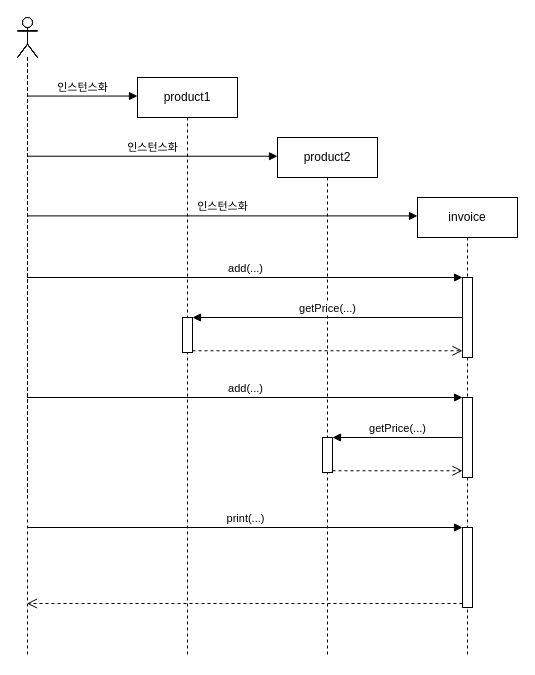
tabolt/web-default-package keeps this draw.io diagram as Untitled Diagram.drawio. Above is the earlier version. Source tidied: cells renumbered, new cells numbered last; positions are measured from the earlier drawing's top-left corner, leaving out a move shared by most shapes. Both pictures are drawn from the tidied source at 100%, with x=0, y=0 at pixel (17, 17).
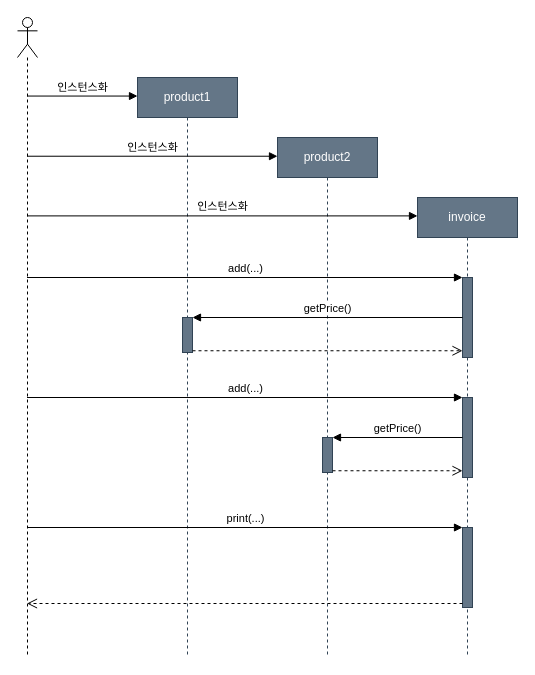
The same diagram, later.

Change to the diagram source:
```diff
@@
-    <mxCell id="2" value="product1" style="shape=umlLifeline;perimeter=lifelinePerimeter;whiteSpace=wrap;html=1;outlineConnect=0;" parent="1" vertex="1">
+    <mxCell id="2" value="product1" style="shape=umlLifeline;perimeter=lifelinePerimeter;whiteSpace=wrap;html=1;outlineConnect=0;fillColor=#647687;strokeColor=#314354;fontColor=#ffffff;" parent="1" vertex="1">
       <mxGeometry x="120" y="60" width="100" height="580" as="geometry" />
     </mxCell>
-    <mxCell id="3" style="shape=umlLifeline;participant=umlActor;perimeter=lifelinePerimeter;whiteSpace=wrap;html=1;verticalAlign=top;spacingTop=36;" parent="2" vertex="1">
-      <mxGeometry x="-120" y="-60" width="20" height="480" as="geometry" />
-    </mxCell>
-    <mxCell id="4" style="html=1;points=[];perimeter=orthogonalPerimeter;fillColor=#ffffff;" parent="2" vertex="1">
+    <mxCell id="4" style="html=1;points=[];perimeter=orthogonalPerimeter;fillColor=#647687;strokeColor=#314354;fontColor=#ffffff;" parent="2" vertex="1">
       <mxGeometry x="45" y="240" width="10" height="35" as="geometry" />
     </mxCell>
-    <mxCell id="5" value="invoice" style="shape=umlLifeline;perimeter=lifelinePerimeter;whiteSpace=wrap;html=1;outlineConnect=0;" parent="1" vertex="1">
+    <mxCell id="5" value="invoice" style="shape=umlLifeline;perimeter=lifelinePerimeter;whiteSpace=wrap;html=1;outlineConnect=0;fillColor=#647687;strokeColor=#314354;fontColor=#ffffff;" parent="1" vertex="1">
       <mxGeometry x="400" y="180" width="100" height="460" as="geometry" />
     </mxCell>
-    <mxCell id="6" style="shape=umlLifeline;participant=umlActor;perimeter=lifelinePerimeter;whiteSpace=wrap;html=1;verticalAlign=top;spacingTop=36;" parent="5" vertex="1">
-      <mxGeometry x="-400" y="-180" width="20" height="480" as="geometry" />
-    </mxCell>
-    <mxCell id="7" style="html=1;points=[];perimeter=orthogonalPerimeter;" parent="5" vertex="1">
+    <mxCell id="7" style="html=1;points=[];perimeter=orthogonalPerimeter;fillColor=#647687;strokeColor=#314354;fontColor=#ffffff;" parent="5" vertex="1">
       <mxGeometry x="45" y="80" width="10" height="80" as="geometry" />
     </mxCell>
-    <mxCell id="8" style="html=1;points=[];perimeter=orthogonalPerimeter;" parent="5" vertex="1">
+    <mxCell id="8" style="html=1;points=[];perimeter=orthogonalPerimeter;fillColor=#647687;strokeColor=#314354;fontColor=#ffffff;" parent="5" vertex="1">
       <mxGeometry x="45" y="200" width="10" height="80" as="geometry" />
     </mxCell>
-    <mxCell id="9" style="html=1;points=[];perimeter=orthogonalPerimeter;" parent="5" vertex="1">
+    <mxCell id="9" style="html=1;points=[];perimeter=orthogonalPerimeter;fillColor=#647687;strokeColor=#314354;fontColor=#ffffff;" parent="5" vertex="1">
       <mxGeometry x="45" y="330" width="10" height="80" as="geometry" />
     </mxCell>
-    <mxCell id="10" value="product2" style="shape=umlLifeline;perimeter=lifelinePerimeter;whiteSpace=wrap;html=1;outlineConnect=0;" parent="1" vertex="1">
+    <mxCell id="10" value="product2" style="shape=umlLifeline;perimeter=lifelinePerimeter;whiteSpace=wrap;html=1;outlineConnect=0;fillColor=#647687;strokeColor=#314354;fontColor=#ffffff;" parent="1" vertex="1">
       <mxGeometry x="260" y="120" width="100" height="520" as="geometry" />
     </mxCell>
-    <mxCell id="11" style="shape=umlLifeline;participant=umlActor;perimeter=lifelinePerimeter;whiteSpace=wrap;html=1;verticalAlign=top;spacingTop=36;" parent="10" vertex="1">
-      <mxGeometry x="-260" y="-120" width="20" height="480" as="geometry" />
-    </mxCell>
-    <mxCell id="12" style="html=1;points=[];perimeter=orthogonalPerimeter;fillColor=#ffffff;" parent="10" vertex="1">
+    <mxCell id="12" style="html=1;points=[];perimeter=orthogonalPerimeter;fillColor=#647687;strokeColor=#314354;fontColor=#ffffff;" parent="10" vertex="1">
       <mxGeometry x="45" y="300" width="10" height="35" as="geometry" />
     </mxCell>
@@
-    <mxCell id="18" value="getPrice(...)" style="html=1;verticalAlign=bottom;endArrow=block;entryX=1;entryY=0;" parent="1" edge="1" source="7" target="4">
+    <mxCell id="18" value="getPrice()" style="html=1;verticalAlign=bottom;endArrow=block;entryX=1;entryY=0;" parent="1" edge="1" source="7" target="4">
       <mxGeometry relative="1" as="geometry" />
     </mxCell>
@@
-    <mxCell id="21" value="getPrice(...)" style="html=1;verticalAlign=bottom;endArrow=block;entryX=1;entryY=0;" parent="1" edge="1" source="8" target="12">
+    <mxCell id="21" value="getPrice()" style="html=1;verticalAlign=bottom;endArrow=block;entryX=1;entryY=0;" parent="1" edge="1" source="8" target="12">
       <mxGeometry relative="1" as="geometry" />
     </mxCell>
```
